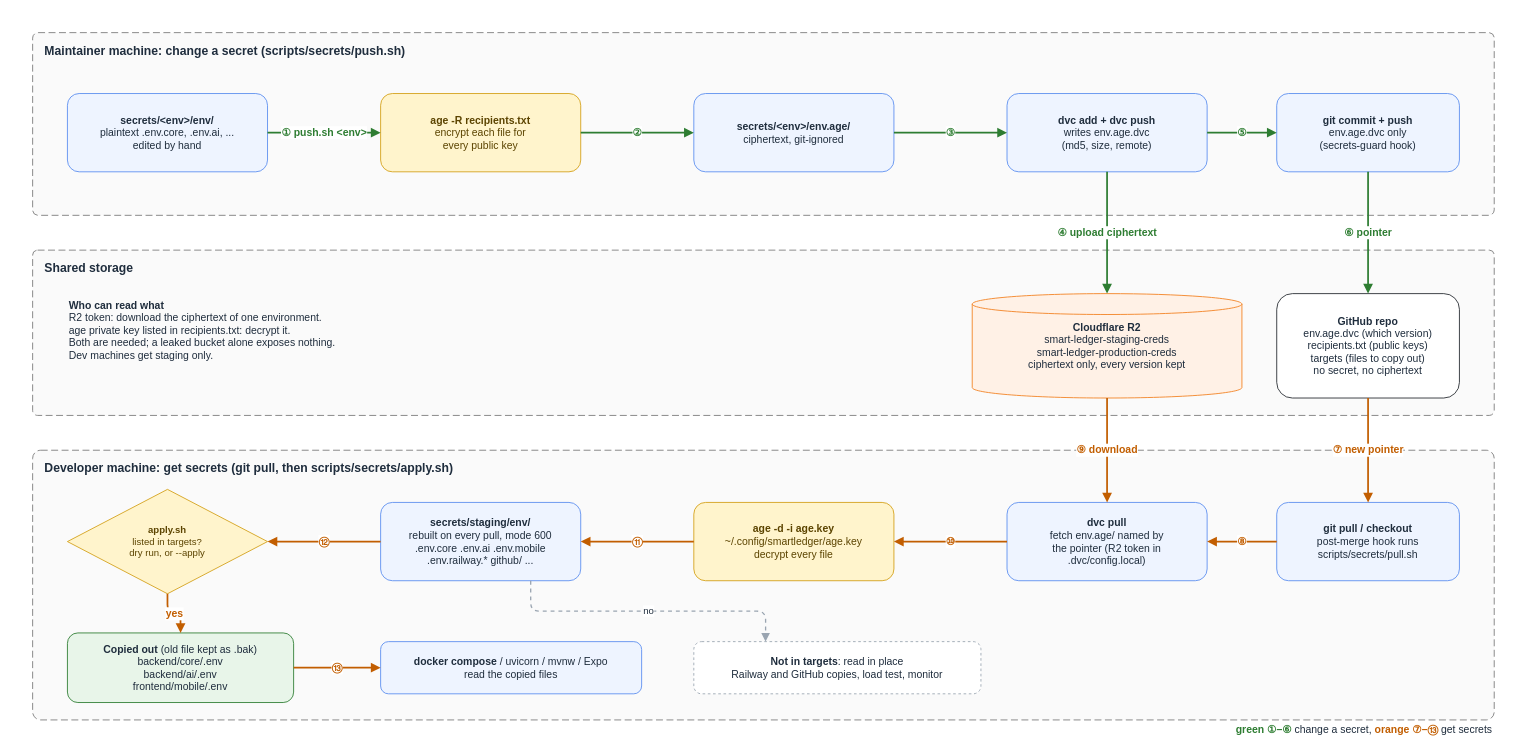
The draw.io diagram docs/architecture/diagrams/src/secrets-sync.drawio in miphu2804/smart-ledger, before the edit. Source tidied: cells renumbered, new cells numbered last; positions are measured from the earlier drawing's top-left corner, leaving out a move shared by most shapes. Both pictures are drawn from the tidied source at 87%, with x=0, y=0 at pixel (15, 15). Pictures stored in the file or linked from it are replaced by grey dashed boxes.
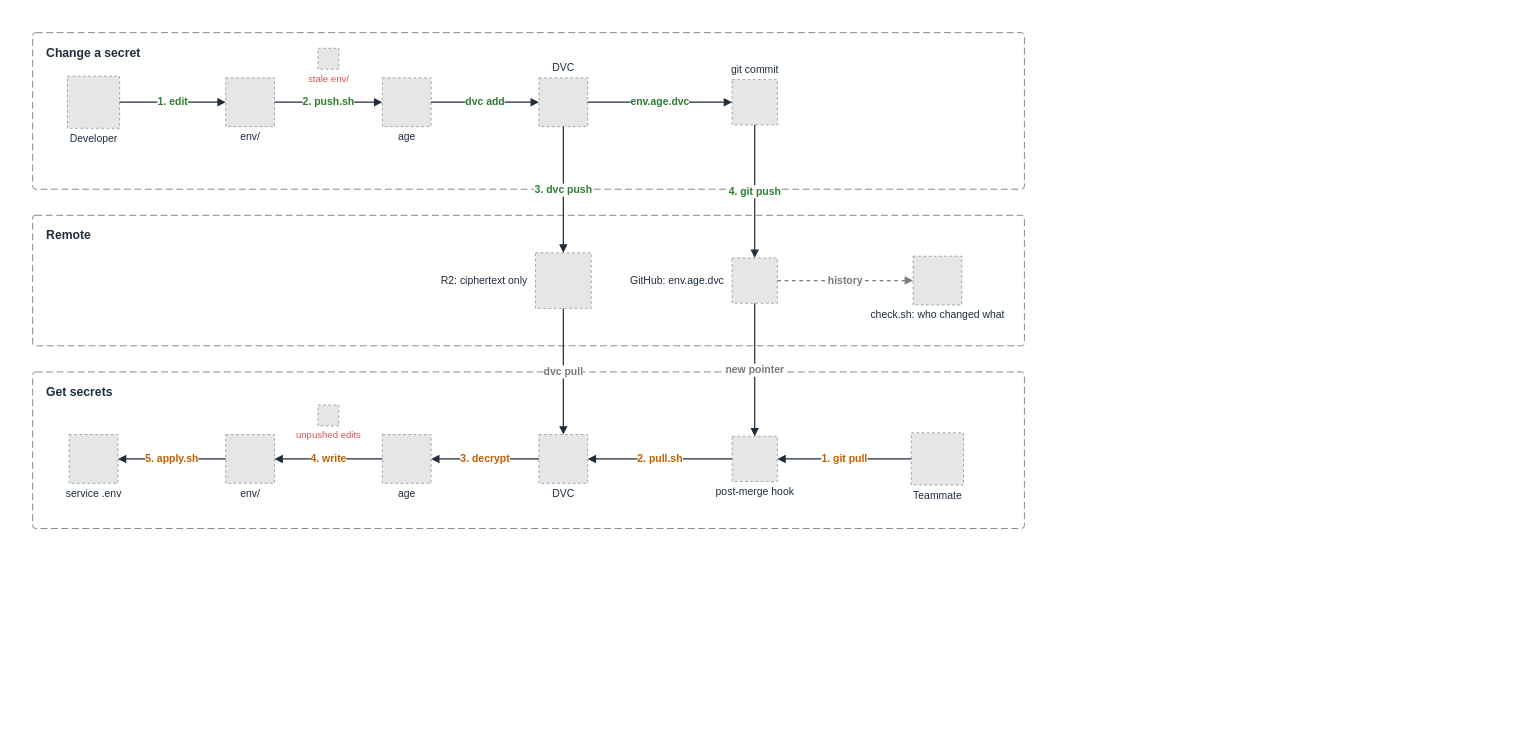
Above is the later version.

Commit message (it also covers changes not shown here):
docs(secrets): explain pull and push safety and redraw the sync flow

Diff of the diagram source:
```diff
@@
     <mxCell id="2" style="rounded=0;html=1;fillColor=#ffffff;strokeColor=none;" parent="1" vertex="1">
-      <mxGeometry width="1720" height="830" as="geometry" />
+      <mxGeometry width="1180" height="610" as="geometry" />
     </mxCell>
-    <mxCell id="3" value="Maintainer machine: change a secret (scripts/secrets/push.sh)" style="rounded=1;arcSize=3;whiteSpace=wrap;html=1;dashed=1;dashPattern=8 4;fillColor=#fafafa;strokeColor=#7a7a7a;fontColor=#1f2d3d;verticalAlign=top;align=left;spacingLeft=12;spacingTop=6;fontStyle=1;fontSize=14;" parent="1" vertex="1">
-      <mxGeometry x="20" y="20" width="1680" height="210" as="geometry" />
-    </mxCell>
-    <mxCell id="4" value="&lt;b&gt;secrets/&amp;lt;env&amp;gt;/env/&lt;/b&gt;&lt;br&gt;plaintext .env.core, .env.ai, ...&lt;br&gt;edited by hand" style="rounded=1;whiteSpace=wrap;html=1;fillColor=#eef4ff;strokeColor=#5b8def;fontColor=#1f2d3d;fontSize=12;" parent="3" vertex="1">
-      <mxGeometry x="40" y="70" width="230" height="90" as="geometry" />
-    </mxCell>
-    <mxCell id="5" value="&lt;b&gt;age -R recipients.txt&lt;/b&gt;&lt;br&gt;encrypt each file for&lt;br&gt;every public key" style="rounded=1;whiteSpace=wrap;html=1;fillColor=#fff4cc;strokeColor=#d4a017;fontColor=#5c4400;fontSize=12;" parent="3" vertex="1">
-      <mxGeometry x="400" y="70" width="230" height="90" as="geometry" />
-    </mxCell>
-    <mxCell id="6" value="&lt;b&gt;secrets/&amp;lt;env&amp;gt;/env.age/&lt;/b&gt;&lt;br&gt;ciphertext, git-ignored" style="rounded=1;whiteSpace=wrap;html=1;fillColor=#eef4ff;strokeColor=#5b8def;fontColor=#1f2d3d;fontSize=12;" parent="3" vertex="1">
-      <mxGeometry x="760" y="70" width="230" height="90" as="geometry" />
-    </mxCell>
-    <mxCell id="7" value="&lt;b&gt;dvc add + dvc push&lt;/b&gt;&lt;br&gt;writes env.age.dvc&lt;br&gt;(md5, size, remote)" style="rounded=1;whiteSpace=wrap;html=1;fillColor=#eef4ff;strokeColor=#5b8def;fontColor=#1f2d3d;fontSize=12;" parent="3" vertex="1">
-      <mxGeometry x="1120" y="70" width="230" height="90" as="geometry" />
-    </mxCell>
-    <mxCell id="8" value="&lt;b&gt;git commit + push&lt;/b&gt;&lt;br&gt;env.age.dvc only&lt;br&gt;(secrets-guard hook)" style="rounded=1;whiteSpace=wrap;html=1;fillColor=#eef4ff;strokeColor=#5b8def;fontColor=#1f2d3d;fontSize=12;" parent="3" vertex="1">
-      <mxGeometry x="1430" y="70" width="210" height="90" as="geometry" />
-    </mxCell>
-    <mxCell id="9" value="Shared storage" style="rounded=1;arcSize=3;whiteSpace=wrap;html=1;dashed=1;dashPattern=8 4;fillColor=#fafafa;strokeColor=#7a7a7a;fontColor=#1f2d3d;verticalAlign=top;align=left;spacingLeft=12;spacingTop=6;fontStyle=1;fontSize=14;" parent="1" vertex="1">
-      <mxGeometry x="20" y="270" width="1680" height="190" as="geometry" />
-    </mxCell>
+    <mxCell id="38" value="Change a secret" style="rounded=1;arcSize=2;html=1;dashed=1;dashPattern=8 4;fillColor=none;strokeColor=#7a7a7a;fontColor=#1f2d3d;verticalAlign=top;align=left;spacingLeft=14;spacingTop=8;fontStyle=1;fontSize=14;" parent="1" vertex="1">
+      <mxGeometry x="20" y="20" width="1140" height="180" as="geometry" />
+    </mxCell>
+    <mxCell id="39" value="Remote" style="rounded=1;arcSize=2;html=1;dashed=1;dashPattern=8 4;fillColor=none;strokeColor=#7a7a7a;fontColor=#1f2d3d;verticalAlign=top;align=left;spacingLeft=14;spacingTop=8;fontStyle=1;fontSize=14;" parent="1" vertex="1">
+      <mxGeometry x="20" y="230" width="1140" height="150" as="geometry" />
+    </mxCell>
+    <mxCell id="40" value="Get secrets" style="rounded=1;arcSize=2;html=1;dashed=1;dashPattern=8 4;fillColor=none;strokeColor=#7a7a7a;fontColor=#1f2d3d;verticalAlign=top;align=left;spacingLeft=14;spacingTop=8;fontStyle=1;fontSize=14;" parent="1" vertex="1">
+      <mxGeometry x="20" y="410" width="1140" height="180" as="geometry" />
+    </mxCell>
+    <mxCell id="41" value="Developer" style="fillColor=#E6E6E6;strokeColor=#999999;dashed=1;verticalLabelPosition=bottom;verticalAlign=top;html=1;fontColor=#1f2d3d;fontSize=12;spacingTop=-2;" parent="1" vertex="1">
+      <mxGeometry x="60" y="70" width="60" height="60" as="geometry" />
+    </mxCell>
+    <mxCell id="42" value="env/" style="fillColor=#E6E6E6;strokeColor=#999999;dashed=1;verticalLabelPosition=bottom;verticalAlign=top;html=1;fontColor=#1f2d3d;fontSize=12;spacingTop=-2;" parent="1" vertex="1">
+      <mxGeometry x="242" y="72" width="56" height="56" as="geometry" />
+    </mxCell>
+    <mxCell id="43" value="age" style="fillColor=#E6E6E6;strokeColor=#999999;dashed=1;verticalLabelPosition=bottom;verticalAlign=top;html=1;fontColor=#1f2d3d;fontSize=12;spacingTop=-2;" parent="1" vertex="1">
+      <mxGeometry x="422" y="72" width="56" height="56" as="geometry" />
+    </mxCell>
+    <mxCell id="44" value="DVC" style="fillColor=#E6E6E6;strokeColor=#999999;dashed=1;verticalLabelPosition=top;verticalAlign=bottom;html=1;fontColor=#1f2d3d;fontSize=12;spacingBottom=2;" parent="1" vertex="1">
+      <mxGeometry x="602" y="72" width="56" height="56" as="geometry" />
+    </mxCell>
+    <mxCell id="45" value="git commit" style="fillColor=#E6E6E6;strokeColor=#999999;dashed=1;verticalLabelPosition=top;verticalAlign=bottom;html=1;fontColor=#1f2d3d;fontSize=12;spacingBottom=2;" parent="1" vertex="1">
+      <mxGeometry x="824" y="74" width="52" height="52" as="geometry" />
+    </mxCell>
+    <mxCell id="46" value="stale env/" style="fillColor=#E6E6E6;strokeColor=#999999;dashed=1;verticalLabelPosition=bottom;verticalAlign=top;html=1;fontColor=#d9534f;fontSize=11;spacingTop=-2;" parent="1" vertex="1">
+      <mxGeometry x="348" y="38" width="24" height="24" as="geometry" />
+    </mxCell>
-    <mxCell id="10" value="&lt;b&gt;Cloudflare R2&lt;/b&gt;&lt;br&gt;smart-ledger-staging-creds&lt;br&gt;smart-ledger-production-creds&lt;br&gt;ciphertext only, every version kept" style="shape=cylinder3;whiteSpace=wrap;html=1;backgroundOutline=1;size=12;fillColor=#fff1e6;strokeColor=#f38020;fontColor=#1f2d3d;fontSize=12;" parent="9" vertex="1">
-      <mxGeometry x="1080" y="50" width="310" height="120" as="geometry" />
+    <mxCell id="10" value="R2: ciphertext only" style="fillColor=#E6E6E6;strokeColor=#999999;dashed=1;labelPosition=left;verticalLabelPosition=middle;align=right;verticalAlign=middle;spacingRight=8;html=1;fontColor=#1f2d3d;fontSize=12;" parent="1" vertex="1">
+      <mxGeometry x="598" y="273" width="64" height="64" as="geometry" />
     </mxCell>
-    <mxCell id="11" value="&lt;b&gt;GitHub repo&lt;/b&gt;&lt;br&gt;env.age.dvc (which version)&lt;br&gt;recipients.txt (public keys)&lt;br&gt;targets (files to copy out)&lt;br&gt;no secret, no ciphertext" style="rounded=1;whiteSpace=wrap;html=1;fillColor=#ffffff;strokeColor=#24292f;fontColor=#1f2d3d;fontSize=12;" parent="9" vertex="1">
-      <mxGeometry x="1430" y="50" width="210" height="120" as="geometry" />
+    <mxCell id="11" value="GitHub: env.age.dvc" style="fillColor=#E6E6E6;strokeColor=#999999;dashed=1;labelPosition=left;verticalLabelPosition=middle;align=right;verticalAlign=middle;spacingRight=8;html=1;fontColor=#1f2d3d;fontSize=12;" parent="1" vertex="1">
+      <mxGeometry x="824" y="279" width="52" height="52" as="geometry" />
     </mxCell>
-    <mxCell id="12" value="&lt;b&gt;Who can read what&lt;/b&gt;&lt;br&gt;R2 token: download the ciphertext of one environment.&lt;br&gt;age private key listed in recipients.txt: decrypt it.&lt;br&gt;Both are needed; a leaked bucket alone exposes nothing.&lt;br&gt;Dev machines get staging only." style="text;html=1;whiteSpace=wrap;align=left;verticalAlign=top;fontColor=#1f2d3d;fontSize=12;" parent="9" vertex="1">
-      <mxGeometry x="40" y="50" width="520" height="110" as="geometry" />
-    </mxCell>
-    <mxCell id="13" value="Developer machine: get secrets (git pull, then scripts/secrets/apply.sh)" style="rounded=1;arcSize=3;whiteSpace=wrap;html=1;dashed=1;dashPattern=8 4;fillColor=#fafafa;strokeColor=#7a7a7a;fontColor=#1f2d3d;verticalAlign=top;align=left;spacingLeft=12;spacingTop=6;fontStyle=1;fontSize=14;" parent="1" vertex="1">
-      <mxGeometry x="20" y="500" width="1680" height="310" as="geometry" />
-    </mxCell>
-    <mxCell id="14" value="&lt;b&gt;git pull / checkout&lt;/b&gt;&lt;br&gt;post-merge hook runs&lt;br&gt;scripts/secrets/pull.sh" style="rounded=1;whiteSpace=wrap;html=1;fillColor=#eef4ff;strokeColor=#5b8def;fontColor=#1f2d3d;fontSize=12;" parent="13" vertex="1">
-      <mxGeometry x="1430" y="60" width="210" height="90" as="geometry" />
-    </mxCell>
+    <mxCell id="47" value="check.sh: who changed what" style="fillColor=#E6E6E6;strokeColor=#999999;dashed=1;verticalLabelPosition=bottom;verticalAlign=top;html=1;fontColor=#1f2d3d;fontSize=12;spacingTop=-2;" parent="1" vertex="1">
+      <mxGeometry x="1032" y="277" width="56" height="56" as="geometry" />
+    </mxCell>
+    <mxCell id="48" value="Teammate" style="fillColor=#E6E6E6;strokeColor=#999999;dashed=1;verticalLabelPosition=bottom;verticalAlign=top;html=1;fontColor=#1f2d3d;fontSize=12;spacingTop=-2;" parent="1" vertex="1">
+      <mxGeometry x="1030" y="480" width="60" height="60" as="geometry" />
+    </mxCell>
+    <mxCell id="49" value="post-merge hook" style="fillColor=#E6E6E6;strokeColor=#999999;dashed=1;verticalLabelPosition=bottom;verticalAlign=top;html=1;fontColor=#1f2d3d;fontSize=12;spacingTop=-2;" parent="1" vertex="1">
+      <mxGeometry x="824" y="484" width="52" height="52" as="geometry" />
+    </mxCell>
-    <mxCell id="15" value="&lt;b&gt;dvc pull&lt;/b&gt;&lt;br&gt;fetch env.age/ named by&lt;br&gt;the pointer (R2 token in&lt;br&gt;.dvc/config.local)" style="rounded=1;whiteSpace=wrap;html=1;fillColor=#eef4ff;strokeColor=#5b8def;fontColor=#1f2d3d;fontSize=12;" parent="13" vertex="1">
-      <mxGeometry x="1120" y="60" width="230" height="90" as="geometry" />
+    <mxCell id="15" value="DVC" style="fillColor=#E6E6E6;strokeColor=#999999;dashed=1;verticalLabelPosition=bottom;verticalAlign=top;html=1;fontColor=#1f2d3d;fontSize=12;spacingTop=-2;" parent="1" vertex="1">
+      <mxGeometry x="602" y="482" width="56" height="56" as="geometry" />
     </mxCell>
-    <mxCell id="16" value="&lt;b&gt;age -d -i age.key&lt;/b&gt;&lt;br&gt;~/.config/smartledger/age.key&lt;br&gt;decrypt every file" style="rounded=1;whiteSpace=wrap;html=1;fillColor=#fff4cc;strokeColor=#d4a017;fontColor=#5c4400;fontSize=12;" parent="13" vertex="1">
-      <mxGeometry x="760" y="60" width="230" height="90" as="geometry" />
+    <mxCell id="16" value="age" style="fillColor=#E6E6E6;strokeColor=#999999;dashed=1;verticalLabelPosition=bottom;verticalAlign=top;html=1;fontColor=#1f2d3d;fontSize=12;spacingTop=-2;" parent="1" vertex="1">
+      <mxGeometry x="422" y="482" width="56" height="56" as="geometry" />
     </mxCell>
-    <mxCell id="17" value="&lt;b&gt;secrets/staging/env/&lt;/b&gt;&lt;br&gt;rebuilt on every pull, mode 600&lt;br&gt;.env.core .env.ai .env.mobile&lt;br&gt;.env.railway.* github/ ..." style="rounded=1;whiteSpace=wrap;html=1;fillColor=#eef4ff;strokeColor=#5b8def;fontColor=#1f2d3d;fontSize=12;" parent="13" vertex="1">
-      <mxGeometry x="400" y="60" width="230" height="90" as="geometry" />
+    <mxCell id="17" value="env/" style="fillColor=#E6E6E6;strokeColor=#999999;dashed=1;verticalLabelPosition=bottom;verticalAlign=top;html=1;fontColor=#1f2d3d;fontSize=12;spacingTop=-2;" parent="1" vertex="1">
+      <mxGeometry x="242" y="482" width="56" height="56" as="geometry" />
     </mxCell>
-    <mxCell id="18" value="&lt;b&gt;apply.sh&lt;/b&gt;&lt;br&gt;listed in targets?&lt;br&gt;dry run, or --apply" style="rhombus;whiteSpace=wrap;html=1;fillColor=#fff4cc;strokeColor=#d4a017;fontColor=#5c4400;fontSize=11;" parent="13" vertex="1">
-      <mxGeometry x="40" y="45" width="230" height="120" as="geometry" />
-    </mxCell>
-    <mxCell id="19" value="&lt;b&gt;Copied out&lt;/b&gt; (old file kept as .bak)&lt;br&gt;backend/core/.env&lt;br&gt;backend/ai/.env&lt;br&gt;frontend/mobile/.env" style="rounded=1;whiteSpace=wrap;html=1;fillColor=#e8f5e9;strokeColor=#2e7d32;fontColor=#1f2d3d;fontSize=12;" parent="13" vertex="1">
-      <mxGeometry x="40" y="210" width="260" height="80" as="geometry" />
-    </mxCell>
-    <mxCell id="20" value="&lt;b&gt;docker compose&lt;/b&gt; / uvicorn / mvnw / Expo&lt;br&gt;read the copied files" style="rounded=1;whiteSpace=wrap;html=1;fillColor=#eef4ff;strokeColor=#5b8def;fontColor=#1f2d3d;fontSize=12;" parent="13" vertex="1">
-      <mxGeometry x="400" y="220" width="300" height="60" as="geometry" />
-    </mxCell>
-    <mxCell id="21" value="&lt;b&gt;Not in targets&lt;/b&gt;: read in place&lt;br&gt;Railway and GitHub copies, load test, monitor" style="rounded=1;whiteSpace=wrap;html=1;fillColor=#ffffff;strokeColor=#9aa5b1;dashed=1;fontColor=#1f2d3d;fontSize=12;" parent="13" vertex="1">
-      <mxGeometry x="760" y="220" width="330" height="60" as="geometry" />
-    </mxCell>
-    <mxCell id="22" value="① push.sh &amp;lt;env&amp;gt;" style="edgeStyle=orthogonalEdgeStyle;rounded=1;html=1;strokeColor=#2e7d32;strokeWidth=2;fontColor=#2e7d32;fontSize=12;fontStyle=1;labelBackgroundColor=#ffffff;endArrow=block;" parent="1" edge="1" source="4" target="5">
-      <mxGeometry relative="1" as="geometry" />
-    </mxCell>
-    <mxCell id="23" value="②" style="edgeStyle=orthogonalEdgeStyle;rounded=1;html=1;strokeColor=#2e7d32;strokeWidth=2;fontColor=#2e7d32;fontSize=12;fontStyle=1;labelBackgroundColor=#ffffff;endArrow=block;" parent="1" edge="1" source="5" target="6">
-      <mxGeometry relative="1" as="geometry" />
-    </mxCell>
-    <mxCell id="24" value="③" style="edgeStyle=orthogonalEdgeStyle;rounded=1;html=1;strokeColor=#2e7d32;strokeWidth=2;fontColor=#2e7d32;fontSize=12;fontStyle=1;labelBackgroundColor=#ffffff;endArrow=block;" parent="1" edge="1" source="6" target="7">
-      <mxGeometry relative="1" as="geometry" />
-    </mxCell>
-    <mxCell id="25" value="④ upload ciphertext" style="edgeStyle=orthogonalEdgeStyle;rounded=1;html=1;strokeColor=#2e7d32;strokeWidth=2;fontColor=#2e7d32;fontSize=12;fontStyle=1;labelBackgroundColor=#ffffff;endArrow=block;" parent="1" edge="1" source="7" target="10">
-      <mxGeometry relative="1" as="geometry" />
-    </mxCell>
-    <mxCell id="26" value="⑤" style="edgeStyle=orthogonalEdgeStyle;rounded=1;html=1;strokeColor=#2e7d32;strokeWidth=2;fontColor=#2e7d32;fontSize=12;fontStyle=1;labelBackgroundColor=#ffffff;endArrow=block;" parent="1" edge="1" source="7" target="8">
-      <mxGeometry relative="1" as="geometry" />
-    </mxCell>
-    <mxCell id="27" value="⑥ pointer" style="edgeStyle=orthogonalEdgeStyle;rounded=1;html=1;strokeColor=#2e7d32;strokeWidth=2;fontColor=#2e7d32;fontSize=12;fontStyle=1;labelBackgroundColor=#ffffff;endArrow=block;" parent="1" edge="1" source="8" target="11">
-      <mxGeometry relative="1" as="geometry" />
-    </mxCell>
-    <mxCell id="28" value="⑦ new pointer" style="edgeStyle=orthogonalEdgeStyle;rounded=1;html=1;strokeColor=#c25e00;strokeWidth=2;fontColor=#c25e00;fontSize=12;fontStyle=1;labelBackgroundColor=#ffffff;endArrow=block;" parent="1" edge="1" source="11" target="14">
-      <mxGeometry relative="1" as="geometry" />
-    </mxCell>
-    <mxCell id="29" value="⑧" style="edgeStyle=orthogonalEdgeStyle;rounded=1;html=1;strokeColor=#c25e00;strokeWidth=2;fontColor=#c25e00;fontSize=12;fontStyle=1;labelBackgroundColor=#ffffff;endArrow=block;" parent="1" edge="1" source="14" target="15">
-      <mxGeometry relative="1" as="geometry" />
-    </mxCell>
+    <mxCell id="50" value="service .env" style="fillColor=#E6E6E6;strokeColor=#999999;dashed=1;verticalLabelPosition=bottom;verticalAlign=top;html=1;fontColor=#1f2d3d;fontSize=12;spacingTop=-2;" parent="1" vertex="1">
+      <mxGeometry x="62" y="482" width="56" height="56" as="geometry" />
+    </mxCell>
+    <mxCell id="51" value="unpushed edits" style="fillColor=#E6E6E6;strokeColor=#999999;dashed=1;verticalLabelPosition=bottom;verticalAlign=top;html=1;fontColor=#d9534f;fontSize=11;spacingTop=-2;" parent="1" vertex="1">
+      <mxGeometry x="348" y="448" width="24" height="24" as="geometry" />
+    </mxCell>
+    <mxCell id="52" value="1. edit" style="edgeStyle=orthogonalEdgeStyle;rounded=1;html=1;endArrow=block;endSize=6;strokeColor=#1f2d3d;strokeWidth=1.4;fontColor=#2e7d32;fontStyle=1;fontSize=12;labelBackgroundColor=#ffffff;" parent="1" edge="1" source="41" target="42">
+      <mxGeometry relative="1" as="geometry" />
+    </mxCell>
+    <mxCell id="53" value="2. push.sh" style="edgeStyle=orthogonalEdgeStyle;rounded=1;html=1;endArrow=block;endSize=6;strokeColor=#1f2d3d;strokeWidth=1.4;fontColor=#2e7d32;fontStyle=1;fontSize=12;labelBackgroundColor=#ffffff;" parent="1" edge="1" source="42" target="43">
+      <mxGeometry relative="1" as="geometry" />
+    </mxCell>
+    <mxCell id="54" value="dvc add" style="edgeStyle=orthogonalEdgeStyle;rounded=1;html=1;endArrow=block;endSize=6;strokeColor=#1f2d3d;strokeWidth=1.4;fontColor=#2e7d32;fontStyle=1;fontSize=12;labelBackgroundColor=#ffffff;" parent="1" edge="1" source="43" target="44">
+      <mxGeometry relative="1" as="geometry" />
+    </mxCell>
+    <mxCell id="55" value="3. dvc push" style="edgeStyle=orthogonalEdgeStyle;rounded=1;html=1;endArrow=block;endSize=6;strokeColor=#1f2d3d;strokeWidth=1.4;fontColor=#2e7d32;fontStyle=1;fontSize=12;labelBackgroundColor=#ffffff;" parent="1" edge="1" source="44" target="10">
+      <mxGeometry relative="1" as="geometry" />
+    </mxCell>
+    <mxCell id="56" value="env.age.dvc" style="edgeStyle=orthogonalEdgeStyle;rounded=1;html=1;endArrow=block;endSize=6;strokeColor=#1f2d3d;strokeWidth=1.4;fontColor=#2e7d32;fontStyle=1;fontSize=12;labelBackgroundColor=#ffffff;" parent="1" edge="1" source="44" target="45">
+      <mxGeometry relative="1" as="geometry" />
+    </mxCell>
+    <mxCell id="57" value="4. git push" style="edgeStyle=orthogonalEdgeStyle;rounded=1;html=1;endArrow=block;endSize=6;strokeColor=#1f2d3d;strokeWidth=1.4;fontColor=#2e7d32;fontStyle=1;fontSize=12;labelBackgroundColor=#ffffff;" parent="1" edge="1" source="45" target="11">
+      <mxGeometry relative="1" as="geometry" />
+    </mxCell>
+    <mxCell id="58" value="1. git pull" style="edgeStyle=orthogonalEdgeStyle;rounded=1;html=1;endArrow=block;endSize=6;strokeColor=#1f2d3d;strokeWidth=1.4;fontColor=#c25e00;fontStyle=1;fontSize=12;labelBackgroundColor=#ffffff;" parent="1" edge="1" source="48" target="49">
+      <mxGeometry relative="1" as="geometry" />
+    </mxCell>
+    <mxCell id="59" value="new pointer" style="edgeStyle=orthogonalEdgeStyle;rounded=1;html=1;endArrow=block;endSize=6;strokeColor=#1f2d3d;strokeWidth=1.4;fontColor=#7a7a7a;fontStyle=1;fontSize=12;labelBackgroundColor=#ffffff;" parent="1" edge="1" source="11" target="49">
+      <mxGeometry relative="1" as="geometry" />
+    </mxCell>
+    <mxCell id="60" value="2. pull.sh" style="edgeStyle=orthogonalEdgeStyle;rounded=1;html=1;endArrow=block;endSize=6;strokeColor=#1f2d3d;strokeWidth=1.4;fontColor=#c25e00;fontStyle=1;fontSize=12;labelBackgroundColor=#ffffff;" parent="1" edge="1" source="49" target="15">
+      <mxGeometry relative="1" as="geometry" />
+    </mxCell>
-    <mxCell id="30" value="⑨ download" style="edgeStyle=orthogonalEdgeStyle;rounded=1;html=1;strokeColor=#c25e00;strokeWidth=2;fontColor=#c25e00;fontSize=12;fontStyle=1;labelBackgroundColor=#ffffff;endArrow=block;" parent="1" edge="1" source="10" target="15">
+    <mxCell id="30" value="dvc pull" style="edgeStyle=orthogonalEdgeStyle;rounded=1;html=1;endArrow=block;endSize=6;strokeColor=#1f2d3d;strokeWidth=1.4;fontColor=#7a7a7a;fontStyle=1;fontSize=12;labelBackgroundColor=#ffffff;" parent="1" edge="1" source="10" target="15">
       <mxGeometry relative="1" as="geometry" />
     </mxCell>
-    <mxCell id="31" value="⑩" style="edgeStyle=orthogonalEdgeStyle;rounded=1;html=1;strokeColor=#c25e00;strokeWidth=2;fontColor=#c25e00;fontSize=12;fontStyle=1;labelBackgroundColor=#ffffff;endArrow=block;" parent="1" edge="1" source="15" target="16">
+    <mxCell id="31" value="3. decrypt" style="edgeStyle=orthogonalEdgeStyle;rounded=1;html=1;endArrow=block;endSize=6;strokeColor=#1f2d3d;strokeWidth=1.4;fontColor=#c25e00;fontStyle=1;fontSize=12;labelBackgroundColor=#ffffff;" parent="1" edge="1" source="15" target="16">
       <mxGeometry relative="1" as="geometry" />
     </mxCell>
-    <mxCell id="32" value="⑪" style="edgeStyle=orthogonalEdgeStyle;rounded=1;html=1;strokeColor=#c25e00;strokeWidth=2;fontColor=#c25e00;fontSize=12;fontStyle=1;labelBackgroundColor=#ffffff;endArrow=block;" parent="1" edge="1" source="16" target="17">
+    <mxCell id="32" value="4. write" style="edgeStyle=orthogonalEdgeStyle;rounded=1;html=1;endArrow=block;endSize=6;strokeColor=#1f2d3d;strokeWidth=1.4;fontColor=#c25e00;fontStyle=1;fontSize=12;labelBackgroundColor=#ffffff;" parent="1" edge="1" source="16" target="17">
       <mxGeometry relative="1" as="geometry" />
     </mxCell>
-    <mxCell id="33" value="⑫" style="edgeStyle=orthogonalEdgeStyle;rounded=1;html=1;strokeColor=#c25e00;strokeWidth=2;fontColor=#c25e00;fontSize=12;fontStyle=1;labelBackgroundColor=#ffffff;endArrow=block;" parent="1" edge="1" source="17" target="18">
-      <mxGeometry relative="1" as="geometry" />
-    </mxCell>
-    <mxCell id="34" value="yes" style="edgeStyle=orthogonalEdgeStyle;rounded=1;html=1;strokeColor=#c25e00;strokeWidth=2;fontColor=#c25e00;fontSize=12;fontStyle=1;labelBackgroundColor=#ffffff;endArrow=block;" parent="1" edge="1" source="18" target="19">
-      <mxGeometry relative="1" as="geometry" />
-    </mxCell>
-    <mxCell id="35" value="⑬" style="edgeStyle=orthogonalEdgeStyle;rounded=1;html=1;strokeColor=#c25e00;strokeWidth=2;fontColor=#c25e00;fontSize=12;fontStyle=1;labelBackgroundColor=#ffffff;endArrow=block;" parent="1" edge="1" source="19" target="20">
-      <mxGeometry relative="1" as="geometry" />
-    </mxCell>
-    <mxCell id="36" value="no" style="edgeStyle=orthogonalEdgeStyle;rounded=1;html=1;strokeColor=#9aa5b1;strokeWidth=1.5;dashed=1;fontColor=#1f2d3d;fontSize=11;labelBackgroundColor=#ffffff;endArrow=block;exitX=0.75;exitY=1;exitDx=0;exitDy=0;entryX=0.25;entryY=0;entryDx=0;entryDy=0;" parent="1" edge="1" source="17" target="21">
-      <mxGeometry relative="1" as="geometry" />
-    </mxCell>
-    <mxCell id="37" value="&lt;font color=&quot;#2e7d32&quot;&gt;&lt;b&gt;green ①–⑥&lt;/b&gt;&lt;/font&gt; change a secret, &lt;font color=&quot;#c25e00&quot;&gt;&lt;b&gt;orange ⑦–⑬&lt;/b&gt;&lt;/font&gt; get secrets" style="text;html=1;whiteSpace=wrap;align=right;verticalAlign=middle;fontColor=#1f2d3d;fontSize=12;" parent="1" vertex="1">
-      <mxGeometry x="1200" y="812" width="500" height="18" as="geometry" />
-    </mxCell>
+    <mxCell id="61" value="5. apply.sh" style="edgeStyle=orthogonalEdgeStyle;rounded=1;html=1;endArrow=block;endSize=6;strokeColor=#1f2d3d;strokeWidth=1.4;fontColor=#c25e00;fontStyle=1;fontSize=12;labelBackgroundColor=#ffffff;" parent="1" edge="1" source="17" target="50">
+      <mxGeometry relative="1" as="geometry" />
+    </mxCell>
+    <mxCell id="62" value="history" style="edgeStyle=orthogonalEdgeStyle;rounded=1;html=1;endArrow=block;endSize=6;strokeColor=#7a7a7a;strokeWidth=1.4;fontColor=#7a7a7a;fontStyle=1;fontSize=12;labelBackgroundColor=#ffffff;dashed=1;" parent="1" edge="1" source="11" target="47">
+      <mxGeometry relative="1" as="geometry" />
+    </mxCell>
```
